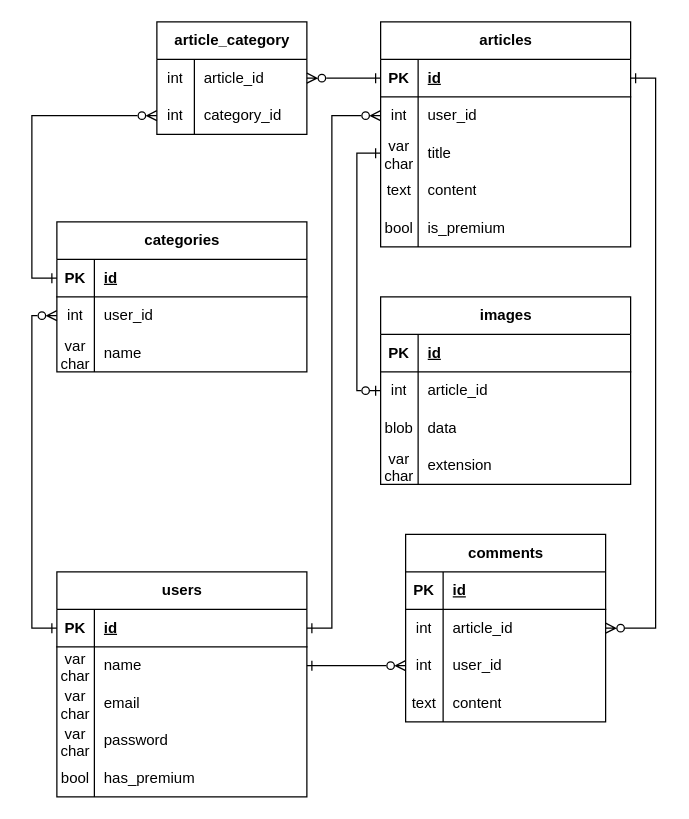
The draw.io diagram weblog-database.drawio in LeggyBoiTim/laravel-weblog, before the edit. Source tidied: cells renumbered, new cells numbered last; positions are measured from the earlier drawing's top-left corner, leaving out a move shared by most shapes. Both pictures are drawn from the tidied source at 125%, with x=0, y=0 at pixel (31, 21).
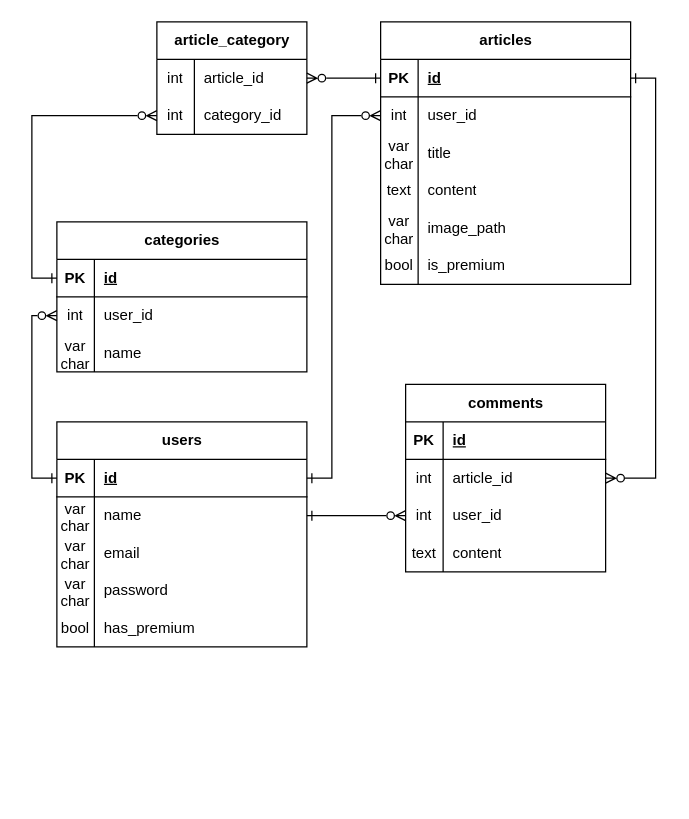
Above is the later version.

Unchanged cells that the change refers to:
```xml
<mxCell id="3" style="shape=tableRow;horizontal=0;startSize=0;swimlaneHead=0;swimlaneBody=0;fillColor=none;points=[[0,0.5],[1,0.5]];portConstraint=eastwest;top=0;left=0;right=0;bottom=1;" parent="2" vertex="1">
  <mxGeometry y="30" width="200" height="30" as="geometry" />
</mxCell>
<mxCell id="6" style="shape=tableRow;horizontal=0;startSize=0;swimlaneHead=0;swimlaneBody=0;fillColor=none;points=[[0,0.5],[1,0.5]];portConstraint=eastwest;top=0;left=0;right=0;bottom=0;" parent="2" vertex="1">
  <mxGeometry y="60" width="200" height="30" as="geometry" />
</mxCell>
<mxCell id="19" style="shape=tableRow;horizontal=0;startSize=0;swimlaneHead=0;swimlaneBody=0;fillColor=none;points=[[0,0.5],[1,0.5]];portConstraint=eastwest;top=0;left=0;right=0;bottom=1;" parent="18" vertex="1">
  <mxGeometry y="30" width="200" height="30" as="geometry" />
</mxCell>
<mxCell id="22" style="shape=tableRow;horizontal=0;startSize=0;swimlaneHead=0;swimlaneBody=0;fillColor=none;points=[[0,0.5],[1,0.5]];portConstraint=eastwest;top=0;left=0;right=0;bottom=0;" parent="18" vertex="1">
  <mxGeometry y="60" width="200" height="30" as="geometry" />
</mxCell>
<mxCell id="25" style="shape=tableRow;horizontal=0;startSize=0;swimlaneHead=0;swimlaneBody=0;fillColor=none;points=[[0,0.5],[1,0.5]];portConstraint=eastwest;top=0;left=0;right=0;bottom=0;" parent="18" vertex="1">
  <mxGeometry y="90" width="200" height="30" as="geometry" />
</mxCell>
<mxCell id="38" style="shape=tableRow;horizontal=0;startSize=0;swimlaneHead=0;swimlaneBody=0;fillColor=none;points=[[0,0.5],[1,0.5]];portConstraint=eastwest;top=0;left=0;right=0;bottom=0;" parent="34" vertex="1">
  <mxGeometry y="60" width="200" height="30" as="geometry" />
</mxCell>
<mxCell id="48" style="shape=tableRow;horizontal=0;startSize=0;swimlaneHead=0;swimlaneBody=0;fillColor=none;points=[[0,0.5],[1,0.5]];portConstraint=eastwest;top=0;left=0;right=0;bottom=0;" parent="44" vertex="1">
  <mxGeometry y="60" width="160" height="30" as="geometry" />
</mxCell>
<mxCell id="51" style="shape=tableRow;horizontal=0;startSize=0;swimlaneHead=0;swimlaneBody=0;fillColor=none;points=[[0,0.5],[1,0.5]];portConstraint=eastwest;top=0;left=0;right=0;bottom=0;" parent="44" vertex="1">
  <mxGeometry y="90" width="160" height="30" as="geometry" />
</mxCell>
```

Change to the diagram source:
```diff
@@
     <mxCell id="2" value="users" style="shape=table;startSize=30;childLayout=tableLayout;rowLines=0;fontStyle=1;align=center;html=1;" parent="1" vertex="1">
-      <mxGeometry x="20" y="440" width="200" height="180" as="geometry" />
+      <mxGeometry x="20" y="320" width="200" height="180" as="geometry" />
     </mxCell>
@@
     <mxCell id="18" value="articles" style="shape=table;startSize=30;childLayout=tableLayout;rowLines=0;fontStyle=1;align=center;html=1;" parent="1" vertex="1">
-      <mxGeometry x="279" width="200" height="180" as="geometry" />
+      <mxGeometry x="279" width="200" height="210" as="geometry" />
     </mxCell>
@@
+    <mxCell id="84" style="shape=tableRow;horizontal=0;startSize=0;swimlaneHead=0;swimlaneBody=0;fillColor=none;top=0;left=0;right=0;bottom=0;" parent="18" vertex="1">
+      <mxGeometry y="150" width="200" height="30" as="geometry" />
+    </mxCell>
+    <mxCell id="81" value="var&lt;br&gt;char" style="shape=partialRectangle;fillColor=none;top=0;left=0;bottom=0;right=0;overflow=hidden;whiteSpace=wrap;html=1;" parent="84" vertex="1">
+      <mxGeometry width="30" height="30" as="geometry" />
+    </mxCell>
+    <mxCell id="85" value="image_path" style="shape=partialRectangle;fillColor=none;top=0;left=0;bottom=0;right=0;align=left;spacingLeft=6;overflow=hidden;whiteSpace=wrap;html=1;" parent="84" vertex="1">
+      <mxGeometry x="30" width="170" height="30" as="geometry" />
+    </mxCell>
     <mxCell id="31" style="shape=tableRow;horizontal=0;startSize=0;swimlaneHead=0;swimlaneBody=0;fillColor=none;top=0;left=0;right=0;bottom=0;" parent="18" vertex="1">
-      <mxGeometry y="150" width="200" height="30" as="geometry" />
+      <mxGeometry y="180" width="200" height="30" as="geometry" />
     </mxCell>
@@
     <mxCell id="44" value="comments" style="shape=table;startSize=30;childLayout=tableLayout;rowLines=0;fontStyle=1;align=center;html=1;" parent="1" vertex="1">
-      <mxGeometry x="299" y="410" width="160" height="150" as="geometry" />
+      <mxGeometry x="299" y="290" width="160" height="150" as="geometry" />
     </mxCell>
@@
     <mxCell id="57" style="edgeStyle=orthogonalEdgeStyle;rounded=0;jettySize=auto;html=1;endArrow=ERzeroToMany;endFill=0;startArrow=ERone;startFill=0;exitX=1;exitY=0.5;exitDx=0;exitDy=0;entryX=0;entryY=0.5;entryDx=0;entryDy=0;" parent="1" edge="1" source="3" target="22">
       <mxGeometry relative="1" as="geometry">
         <Array as="points">
-          <mxPoint x="240" y="485" />
+          <mxPoint x="240" y="365" />
           <mxPoint x="240" y="75" />
         </Array>
       </mxGeometry>
     </mxCell>
     <mxCell id="58" style="edgeStyle=orthogonalEdgeStyle;rounded=0;jettySize=auto;html=1;endArrow=ERzeroToMany;endFill=0;startArrow=ERone;startFill=0;entryX=0;entryY=0.5;entryDx=0;entryDy=0;exitX=0;exitY=0.5;exitDx=0;exitDy=0;" parent="1" edge="1" source="3" target="38">
       <mxGeometry relative="1" as="geometry">
         <Array as="points">
-          <mxPoint y="485" />
+          <mxPoint y="365" />
           <mxPoint y="235" />
         </Array>
       </mxGeometry>
     </mxCell>
@@
     <mxCell id="68" style="edgeStyle=orthogonalEdgeStyle;rounded=0;jettySize=auto;html=1;endArrow=ERzeroToMany;endFill=0;startArrow=ERone;startFill=0;entryX=1;entryY=0.5;entryDx=0;entryDy=0;" parent="1" edge="1" source="19" target="48">
       <mxGeometry relative="1" as="geometry">
         <Array as="points">
           <mxPoint x="499" y="45" />
-          <mxPoint x="499" y="485" />
+          <mxPoint x="499" y="365" />
         </Array>
       </mxGeometry>
     </mxCell>
     <mxCell id="69" style="edgeStyle=orthogonalEdgeStyle;rounded=0;jettySize=auto;html=1;endArrow=ERzeroToMany;endFill=0;startArrow=ERone;startFill=0;entryX=0;entryY=0.5;entryDx=0;entryDy=0;exitX=1;exitY=0.5;exitDx=0;exitDy=0;" parent="1" edge="1" source="6" target="51">
       <mxGeometry relative="1" as="geometry">
         <Array as="points">
-          <mxPoint x="260" y="515" />
-          <mxPoint x="260" y="515" />
+          <mxPoint x="260" y="395" />
+          <mxPoint x="260" y="395" />
         </Array>
       </mxGeometry>
     </mxCell>
-    <mxCell id="70" value="images" style="shape=table;startSize=30;childLayout=tableLayout;rowLines=0;fontStyle=1;align=center;html=1;" parent="1" vertex="1">
-      <mxGeometry x="279" y="220" width="200" height="150" as="geometry" />
-    </mxCell>
-    <mxCell id="71" style="shape=tableRow;horizontal=0;startSize=0;swimlaneHead=0;swimlaneBody=0;fillColor=none;top=0;left=0;right=0;bottom=1;" parent="70" vertex="1">
-      <mxGeometry y="30" width="200" height="30" as="geometry" />
-    </mxCell>
-    <mxCell id="72" value="PK" style="shape=partialRectangle;fillColor=none;top=0;left=0;bottom=0;right=0;fontStyle=1;overflow=hidden;whiteSpace=wrap;html=1;" parent="71" vertex="1">
-      <mxGeometry width="30" height="30" as="geometry" />
-    </mxCell>
-    <mxCell id="73" value="id" style="shape=partialRectangle;fillColor=none;top=0;left=0;bottom=0;right=0;align=left;spacingLeft=6;fontStyle=5;overflow=hidden;whiteSpace=wrap;html=1;" parent="71" vertex="1">
-      <mxGeometry x="30" width="170" height="30" as="geometry" />
-    </mxCell>
-    <mxCell id="74" style="shape=tableRow;horizontal=0;startSize=0;swimlaneHead=0;swimlaneBody=0;fillColor=none;points=[[0,0.5],[1,0.5]];portConstraint=eastwest;top=0;left=0;right=0;bottom=0;" parent="70" vertex="1">
-      <mxGeometry y="60" width="200" height="30" as="geometry" />
-    </mxCell>
-    <mxCell id="75" value="int" style="shape=partialRectangle;fillColor=none;top=0;left=0;bottom=0;right=0;overflow=hidden;whiteSpace=wrap;html=1;" parent="74" vertex="1">
-      <mxGeometry width="30" height="30" as="geometry" />
-    </mxCell>
-    <mxCell id="76" value="article_id" style="shape=partialRectangle;fillColor=none;top=0;left=0;bottom=0;right=0;align=left;spacingLeft=6;overflow=hidden;whiteSpace=wrap;html=1;" parent="74" vertex="1">
-      <mxGeometry x="30" width="170" height="30" as="geometry" />
-    </mxCell>
-    <mxCell id="77" style="shape=tableRow;horizontal=0;startSize=0;swimlaneHead=0;swimlaneBody=0;fillColor=none;top=0;left=0;right=0;bottom=0;" parent="70" vertex="1">
-      <mxGeometry y="90" width="200" height="30" as="geometry" />
-    </mxCell>
-    <mxCell id="78" value="blob" style="shape=partialRectangle;fillColor=none;top=0;left=0;bottom=0;right=0;overflow=hidden;whiteSpace=wrap;html=1;" parent="77" vertex="1">
-      <mxGeometry width="30" height="30" as="geometry" />
-    </mxCell>
-    <mxCell id="79" value="data" style="shape=partialRectangle;fillColor=none;top=0;left=0;bottom=0;right=0;align=left;spacingLeft=6;overflow=hidden;whiteSpace=wrap;html=1;" parent="77" vertex="1">
-      <mxGeometry x="30" width="170" height="30" as="geometry" />
-    </mxCell>
-    <mxCell id="80" style="shape=tableRow;horizontal=0;startSize=0;swimlaneHead=0;swimlaneBody=0;fillColor=none;top=0;left=0;right=0;bottom=0;" parent="70" vertex="1">
-      <mxGeometry y="120" width="200" height="30" as="geometry" />
-    </mxCell>
-    <mxCell id="81" value="var&lt;br&gt;char" style="shape=partialRectangle;fillColor=none;top=0;left=0;bottom=0;right=0;overflow=hidden;whiteSpace=wrap;html=1;" parent="80" vertex="1">
-      <mxGeometry width="30" height="30" as="geometry" />
-    </mxCell>
-    <mxCell id="82" value="extension" style="shape=partialRectangle;fillColor=none;top=0;left=0;bottom=0;right=0;align=left;spacingLeft=6;overflow=hidden;whiteSpace=wrap;html=1;" parent="80" vertex="1">
-      <mxGeometry x="30" width="170" height="30" as="geometry" />
-    </mxCell>
-    <mxCell id="83" style="edgeStyle=orthogonalEdgeStyle;rounded=0;jettySize=auto;html=1;entryX=0;entryY=0.5;entryDx=0;entryDy=0;endArrow=ERzeroToOne;endFill=0;startArrow=ERone;startFill=0;exitX=0;exitY=0.5;exitDx=0;exitDy=0;" parent="1" edge="1" source="25" target="74">
-      <mxGeometry relative="1" as="geometry">
-        <Array as="points">
-          <mxPoint x="260" y="105" />
-          <mxPoint x="260" y="295" />
-        </Array>
-      </mxGeometry>
-    </mxCell>
```
